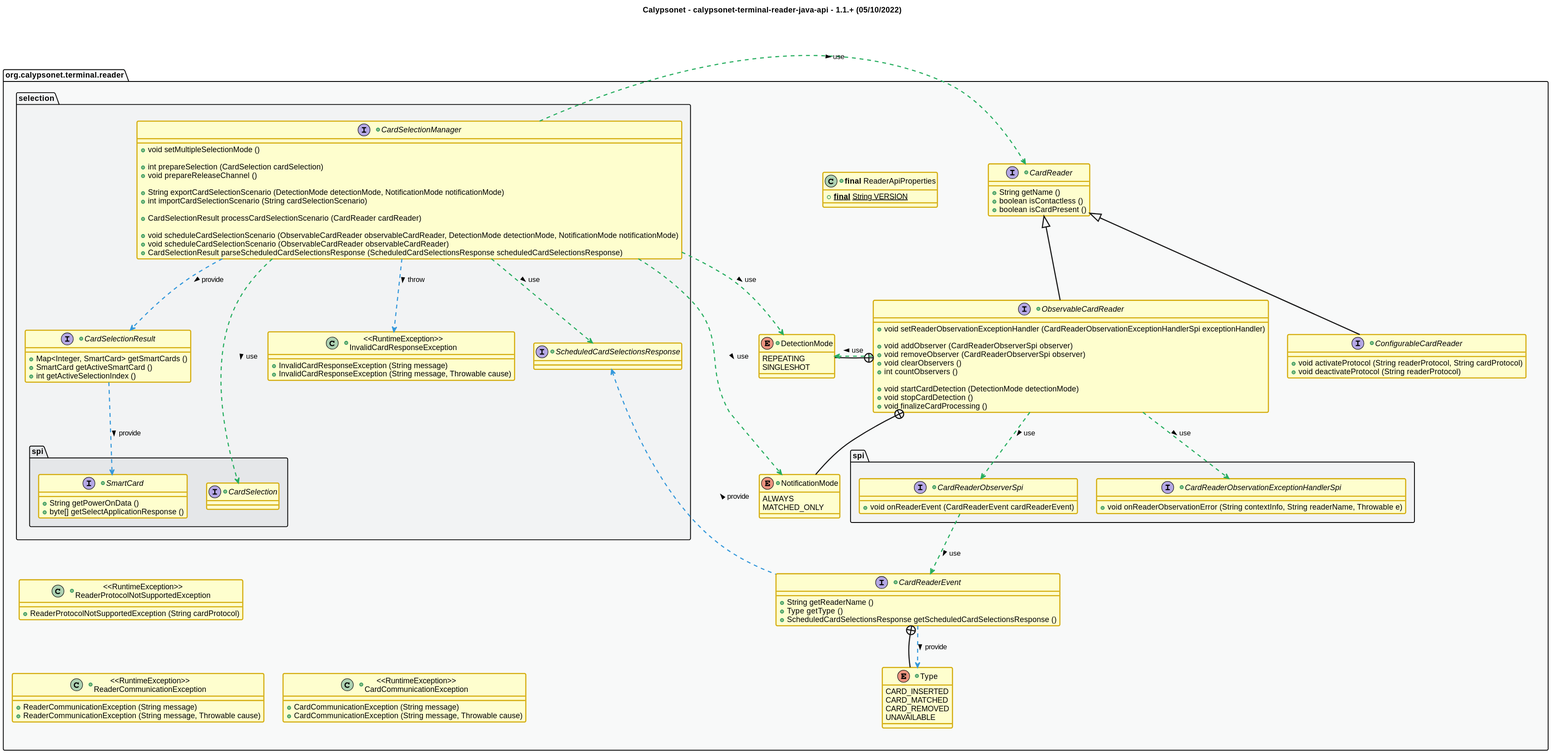
Above: 1.1.0-SNAPSHOT/api_class_diagram.svg in calypsonet/calypsonet-terminal-reader-java-api (PlantUML), before the change. Its diagram source:
```plantuml
@startuml
title
    Calypsonet - calypsonet-terminal-reader-java-api - 1.1.+ (05/10/2022)
end title


!define C_GREY1 F8F9F9
!define C_GREY2 F2F3F4
!define C_GREY3 E5E7E9
!define C_GREY4 D7DBDD
!define C_GREY5 CACFD2
!define C_GREY6 BDC3C7
!define C_LINK 3498DB
!define C_USE 27AE60

skinparam stereotypeABorderColor #A9DCDF
skinparam stereotypeIBorderColor #B4A7E5
skinparam stereotypeCBorderColor #ADD1B2
skinparam stereotypeEBorderColor #EB93DF

skinparam ClassBorderThickness 2
skinparam ArrowThickness 2

skinparam ClassBackgroundColor #FEFECE
skinparam ClassBorderColor #D4AC0D
skinparam ClassBackgroundColor<<red>> #FDEDEC
skinparam ClassBorderColor<<red>> #E74C3C
hide <<red>> stereotype
skinparam ClassBackgroundColor<<purple>> #F4ECF7
skinparam ClassBorderColor<<purple>> #8E44AD
hide <<purple>> stereotype
skinparam ClassBackgroundColor<<blue>> #EBF5FB
skinparam ClassBorderColor<<blue>> #3498DB
hide <<blue>> stereotype
skinparam ClassBackgroundColor<<green>> #E9F7EF
skinparam ClassBorderColor<<green>> #27AE60
hide <<green>> stereotype
skinparam ClassBackgroundColor<<grey>> #EAECEE
skinparam ClassBorderColor<<grey>> #2C3E50
hide <<grey>> stereotype


package "org.calypsonet.terminal.reader" as readerApi {
    together {
        +class "**final** ReaderApiProperties" as ApiProperties {
            +{static} **final** String VERSION
        }
        +interface CardReader {
            +String getName ()
            +boolean isContactless ()
            +boolean isCardPresent ()
        }
        +interface ConfigurableCardReader extends CardReader {
            +void activateProtocol (String readerProtocol, String cardProtocol)
            +void deactivateProtocol (String readerProtocol)
        }
        +interface ObservableCardReader extends CardReader {
            +void setReaderObservationExceptionHandler (CardReaderObservationExceptionHandlerSpi exceptionHandler)

            +void addObserver (CardReaderObserverSpi observer)
            +void removeObserver (CardReaderObserverSpi observer)
            +void clearObservers ()
            +int countObservers ()

            +void startCardDetection (DetectionMode detectionMode)
            +void stopCardDetection ()
            +void finalizeCardProcessing ()
        }
        +enum DetectionMode {
            REPEATING
            SINGLESHOT
        }
        +enum NotificationMode {
            ALWAYS
            MATCHED_ONLY
        }
        +interface CardReaderEvent {
            +String getReaderName ()
            +Type getType ()
            +ScheduledCardSelectionsResponse getScheduledCardSelectionsResponse ()
        }
        +enum "Type" as CardReaderEventType {
            CARD_INSERTED
            CARD_MATCHED
            CARD_REMOVED
            UNAVAILABLE
        }
        package "spi" as readerSpi {
            +interface CardReaderObserverSpi {
                +void onReaderEvent (CardReaderEvent cardReaderEvent)
            }
            +interface CardReaderObservationExceptionHandlerSpi {
                +void onReaderObservationError (String contextInfo, String readerName, Throwable e)
            }
        }
    }

    package "selection" as selectionApi {
        +interface CardSelectionManager {
            +void setMultipleSelectionMode ()

            +int prepareSelection (CardSelection cardSelection)
            +void prepareReleaseChannel ()

            +String exportCardSelectionScenario (DetectionMode detectionMode, NotificationMode notificationMode)
            +int importCardSelectionScenario (String cardSelectionScenario)

            +CardSelectionResult processCardSelectionScenario (CardReader cardReader)

            +void scheduleCardSelectionScenario (ObservableCardReader observableCardReader, DetectionMode detectionMode, NotificationMode notificationMode)
            +void scheduleCardSelectionScenario (ObservableCardReader observableCardReader)
            +CardSelectionResult parseScheduledCardSelectionsResponse (ScheduledCardSelectionsResponse scheduledCardSelectionsResponse)
        }

        package "spi" as selectionSpi {
            +interface CardSelection {
            }
            +interface "SmartCard" as SmartCard {
                +String getPowerOnData ()
                +byte[] getSelectApplicationResponse ()
            }
        }
        +interface CardSelectionResult {
            +Map<Integer, SmartCard> getSmartCards ()
            +SmartCard getActiveSmartCard ()
            +int getActiveSelectionIndex ()
        }
        +interface ScheduledCardSelectionsResponse {
        }

        +class "<<RuntimeException>>\nInvalidCardResponseException" as InvalidCardResponseException {
            +InvalidCardResponseException (String message)
            +InvalidCardResponseException (String message, Throwable cause)
        }
    }
        +class "<<RuntimeException>>\nReaderCommunicationException" as ReaderCommunicationException {
            +ReaderCommunicationException (String message)
            +ReaderCommunicationException (String message, Throwable cause)
        }
        +class "<<RuntimeException>>\nReaderProtocolNotSupportedException" as ReaderProtocolNotSupportedException {
            +ReaderProtocolNotSupportedException (String cardProtocol)
        }
        +class "<<RuntimeException>>\nCardCommunicationException" as CardCommunicationException {
            +CardCommunicationException (String message)
            +CardCommunicationException (String message, Throwable cause)
        }
}


ObservableCardReader +-- NotificationMode
ObservableCardReader +-left- DetectionMode
ObservableCardReader .left.> DetectionMode #C_USE : use >
ObservableCardReader ..> CardReaderObservationExceptionHandlerSpi #C_USE : use >

CardReaderEvent +-- CardReaderEventType
CardReaderEvent ..> CardReaderEventType #C_LINK : provide >
CardReaderEvent .up.> ScheduledCardSelectionsResponse #C_LINK : provide >

CardSelectionResult ..> SmartCard #C_LINK : provide >

CardSelectionManager ..> CardSelection #C_USE : use >
CardSelectionManager ..> ScheduledCardSelectionsResponse #C_USE : use >
CardSelectionManager ..> CardSelectionResult #C_LINK : provide >
CardSelectionManager .right.> CardReader #C_USE : use >
CardSelectionManager ..> NotificationMode #C_USE : use >
CardSelectionManager ..> DetectionMode #C_USE : use >
CardSelectionManager ..> InvalidCardResponseException #C_LINK : throw >

ObservableCardReader ..> CardReaderObserverSpi #C_USE : use >

CardReaderObserverSpi ..> CardReaderEvent #C_USE : use >


SmartCard -[hidden]- ReaderProtocolNotSupportedException
ReaderProtocolNotSupportedException -[hidden]- ReaderCommunicationException
ReaderCommunicationException -[hidden]right- CardCommunicationException


package readerApi #C_GREY1 {}
package readerSpi #C_GREY2 {}
package selectionApi #C_GREY2 {}
package selectionSpi #C_GREY3 {}

@enduml
```
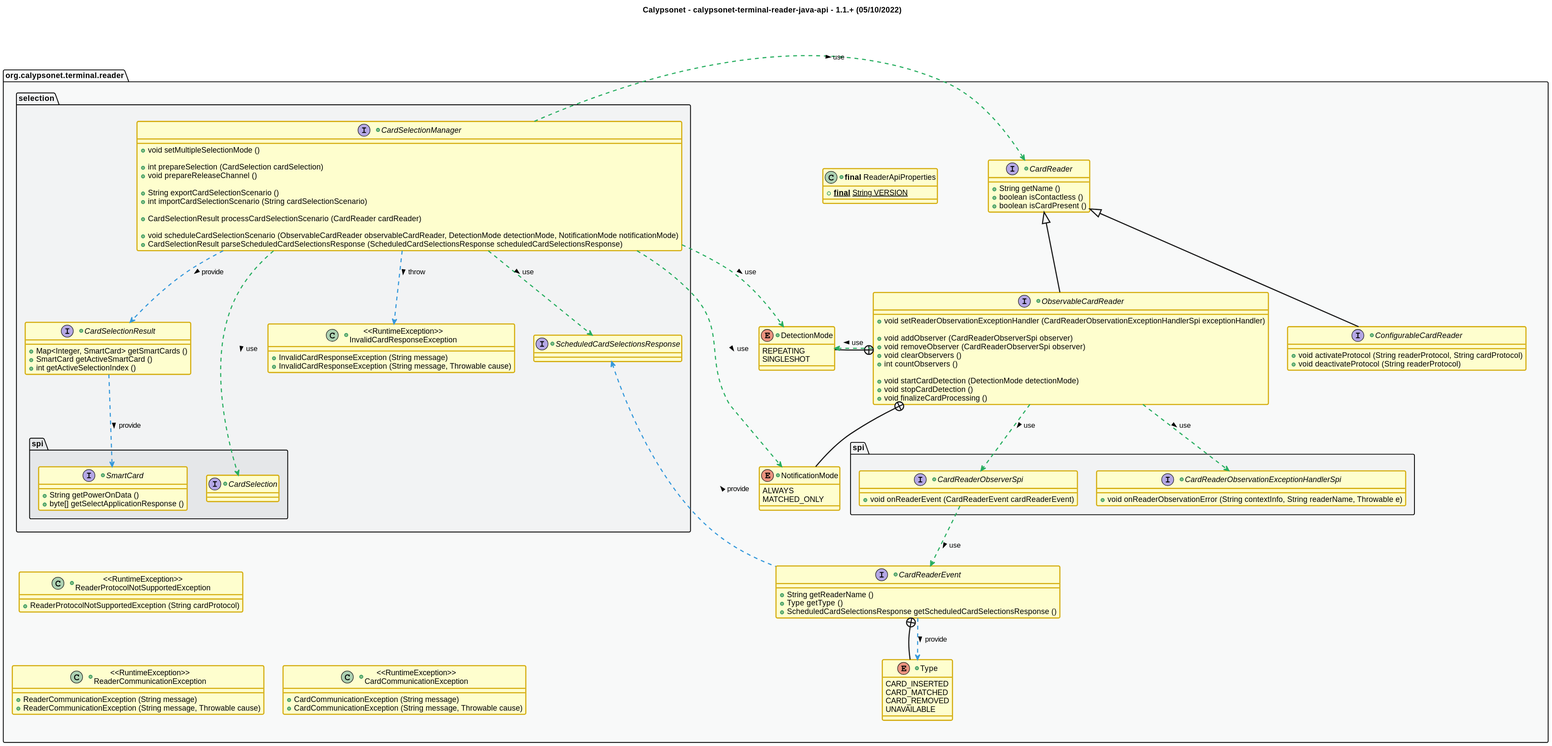
Later version of the same file.

Change to the diagram source:
```diff
@@ -102,13 +102,12 @@
             +int prepareSelection (CardSelection cardSelection)
             +void prepareReleaseChannel ()
 
-            +String exportCardSelectionScenario (DetectionMode detectionMode, NotificationMode notificationMode)
+            +String exportCardSelectionScenario ()
             +int importCardSelectionScenario (String cardSelectionScenario)
 
             +CardSelectionResult processCardSelectionScenario (CardReader cardReader)
 
             +void scheduleCardSelectionScenario (ObservableCardReader observableCardReader, DetectionMode detectionMode, NotificationMode notificationMode)
-            +void scheduleCardSelectionScenario (ObservableCardReader observableCardReader)
             +CardSelectionResult parseScheduledCardSelectionsResponse (ScheduledCardSelectionsResponse scheduledCardSelectionsResponse)
         }
 
```
